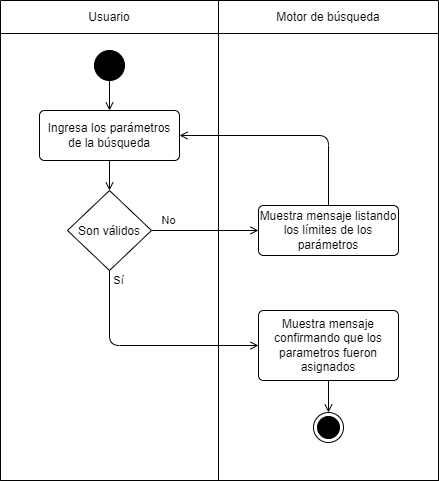
TT-NAS/NAS keeps this draw.io diagram as diagramas/actividades/Configurar parametros.drawio.png. Above is the earlier version. Source tidied: cells renumbered, new cells last; positions are measured from the earlier drawing's top-left corner, leaving out a move shared by most shapes.
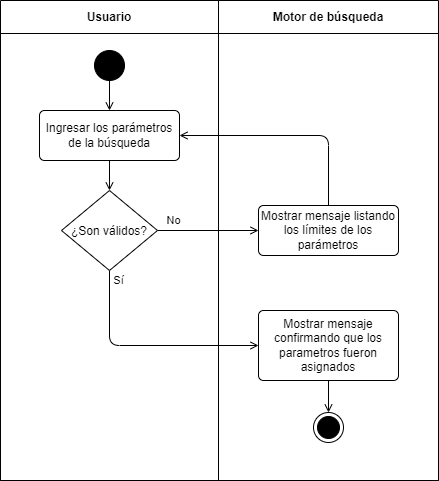
After the commit.

The edit, as a diff of the source:
```diff
@@ -1,62 +1,62 @@
-<mxGraphModel>
+<mxGraphModel background="#ffffff">
   <root>
     <mxCell id="0" />
     <mxCell id="1" parent="0" />
-    <mxCell id="2" style="shape=table;html=1;whiteSpace=wrap;startSize=0;fillColor=none;swimlaneFillColor=#ffffff;strokeColor=none;" parent="1" vertex="1">
+    <mxCell id="2" style="shape=table;html=1;whiteSpace=wrap;startSize=0;fillColor=none;swimlaneFillColor=#ffffff;strokeColor=none;fontColor=#000000;" parent="1" vertex="1">
       <mxGeometry width="438" height="480" as="geometry" />
     </mxCell>
-    <mxCell id="3" style="shape=partialRectangle;html=1;whiteSpace=wrap;fillColor=none;top=0;left=0;bottom=0;right=0;strokeColor=none;" parent="2" vertex="1">
+    <mxCell id="3" style="shape=partialRectangle;html=1;whiteSpace=wrap;fillColor=none;top=0;left=0;bottom=0;right=0;strokeColor=none;fontColor=#000000;" parent="2" vertex="1">
       <mxGeometry width="438" height="33" as="geometry" />
     </mxCell>
-    <mxCell id="4" value="Usuario" style="shape=partialRectangle;html=1;whiteSpace=wrap;fillColor=none;top=1;left=1;bottom=1;right=1;overflow=hidden;" parent="3" vertex="1">
+    <mxCell id="4" value="&lt;b&gt;Usuario&lt;/b&gt;" style="shape=partialRectangle;html=1;whiteSpace=wrap;fillColor=none;top=1;left=1;bottom=1;right=1;overflow=hidden;fontColor=#000000;" parent="3" vertex="1">
       <mxGeometry width="218" height="33" as="geometry" />
     </mxCell>
-    <mxCell id="5" value="Motor de búsqueda" style="shape=partialRectangle;html=1;whiteSpace=wrap;fillColor=none;top=1;left=1;bottom=1;right=1;overflow=hidden;" parent="3" vertex="1">
+    <mxCell id="5" value="&lt;b&gt;Motor de búsqueda&lt;/b&gt;" style="shape=partialRectangle;html=1;whiteSpace=wrap;fillColor=none;top=1;left=1;bottom=1;right=1;overflow=hidden;fontColor=#000000;" parent="3" vertex="1">
       <mxGeometry x="218" width="220" height="33" as="geometry" />
     </mxCell>
-    <mxCell id="6" style="shape=partialRectangle;html=1;whiteSpace=wrap;fillColor=none;top=1;left=1;bottom=1;right=1;" parent="2" vertex="1">
+    <mxCell id="6" style="shape=partialRectangle;html=1;whiteSpace=wrap;fillColor=none;top=1;left=1;bottom=1;right=1;fontColor=#000000;" parent="2" vertex="1">
       <mxGeometry y="33" width="438" height="447" as="geometry" />
     </mxCell>
-    <mxCell id="7" style="shape=partialRectangle;html=1;whiteSpace=wrap;fillColor=none;top=1;left=1;bottom=1;right=1;overflow=hidden;" parent="6" vertex="1">
+    <mxCell id="7" style="shape=partialRectangle;html=1;whiteSpace=wrap;fillColor=none;top=1;left=1;bottom=1;right=1;overflow=hidden;fontColor=#000000;" parent="6" vertex="1">
       <mxGeometry width="218" height="447" as="geometry" />
     </mxCell>
-    <mxCell id="8" style="shape=partialRectangle;html=1;whiteSpace=wrap;fillColor=none;top=1;left=1;bottom=1;right=1;overflow=hidden;" parent="6" vertex="1">
+    <mxCell id="8" style="shape=partialRectangle;html=1;whiteSpace=wrap;fillColor=none;top=1;left=1;bottom=1;right=1;overflow=hidden;fontColor=#000000;" parent="6" vertex="1">
       <mxGeometry x="218" width="220" height="447" as="geometry" />
     </mxCell>
-    <mxCell id="9" style="edgeStyle=none;shape=connector;rounded=1;html=1;exitX=0.5;exitY=1;exitDx=0;exitDy=0;entryX=0.5;entryY=0;entryDx=0;entryDy=0;strokeColor=default;align=center;verticalAlign=middle;fontFamily=Helvetica;fontSize=11;fontColor=default;labelBackgroundColor=default;endArrow=open;endFill=0;" parent="1" edge="1" source="10" target="15">
+    <mxCell id="9" style="edgeStyle=none;shape=connector;rounded=1;html=1;exitX=0.5;exitY=1;exitDx=0;exitDy=0;entryX=0.5;entryY=0;entryDx=0;entryDy=0;strokeColor=default;align=center;verticalAlign=middle;fontFamily=Helvetica;fontSize=11;fontColor=#000000;labelBackgroundColor=default;endArrow=open;endFill=0;" parent="1" edge="1" source="10" target="15">
       <mxGeometry relative="1" as="geometry" />
     </mxCell>
-    <mxCell id="10" value="Ingresa los parámetros de la búsqueda" style="html=1;align=center;verticalAlign=middle;rounded=1;absoluteArcSize=1;arcSize=10;dashed=0;whiteSpace=wrap;" parent="1" vertex="1">
+    <mxCell id="10" value="Ingresar los parámetros de la búsqueda" style="html=1;align=center;verticalAlign=middle;rounded=1;absoluteArcSize=1;arcSize=10;dashed=0;whiteSpace=wrap;fontColor=#000000;" parent="1" vertex="1">
       <mxGeometry x="39" y="110" width="140" height="50" as="geometry" />
     </mxCell>
-    <mxCell id="11" style="edgeStyle=none;html=1;exitX=0.5;exitY=1;exitDx=0;exitDy=0;entryX=0.5;entryY=0;entryDx=0;entryDy=0;endArrow=open;endFill=0;" parent="1" edge="1" source="12" target="10">
+    <mxCell id="11" style="edgeStyle=none;html=1;exitX=0.5;exitY=1;exitDx=0;exitDy=0;entryX=0.5;entryY=0;entryDx=0;entryDy=0;endArrow=open;endFill=0;fontColor=#000000;" parent="1" edge="1" source="12" target="10">
       <mxGeometry relative="1" as="geometry" />
     </mxCell>
-    <mxCell id="12" style="ellipse;fillColor=strokeColor;html=1;" parent="1" vertex="1">
+    <mxCell id="12" style="ellipse;fillColor=strokeColor;html=1;fontColor=#000000;" parent="1" vertex="1">
       <mxGeometry x="94" y="50" width="30" height="30" as="geometry" />
     </mxCell>
-    <mxCell id="13" value="No" style="edgeStyle=none;shape=connector;rounded=1;html=1;exitX=1;exitY=0.5;exitDx=0;exitDy=0;entryX=0;entryY=0.5;entryDx=0;entryDy=0;strokeColor=default;align=center;verticalAlign=middle;fontFamily=Helvetica;fontSize=11;fontColor=default;labelBackgroundColor=default;endArrow=open;endFill=0;" parent="1" edge="1" source="15" target="17">
+    <mxCell id="13" value="No" style="edgeStyle=none;shape=connector;rounded=1;html=1;exitX=1;exitY=0.5;exitDx=0;exitDy=0;entryX=0;entryY=0.5;entryDx=0;entryDy=0;strokeColor=default;align=center;verticalAlign=middle;fontFamily=Helvetica;fontSize=11;fontColor=#000000;labelBackgroundColor=default;endArrow=open;endFill=0;" parent="1" edge="1" source="15" target="17">
       <mxGeometry x="-0.68" y="10" relative="1" as="geometry" />
     </mxCell>
-    <mxCell id="14" value="Sí" style="edgeStyle=orthogonalEdgeStyle;shape=connector;rounded=1;html=1;exitX=0.5;exitY=1;exitDx=0;exitDy=0;entryX=0;entryY=0.5;entryDx=0;entryDy=0;strokeColor=default;align=center;verticalAlign=middle;fontFamily=Helvetica;fontSize=11;fontColor=default;labelBackgroundColor=default;endArrow=open;endFill=0;" parent="1" edge="1" source="15" target="19">
+    <mxCell id="14" value="Sí" style="edgeStyle=orthogonalEdgeStyle;shape=connector;rounded=1;html=1;exitX=0.5;exitY=1;exitDx=0;exitDy=0;entryX=0;entryY=0.5;entryDx=0;entryDy=0;strokeColor=default;align=center;verticalAlign=middle;fontFamily=Helvetica;fontSize=11;fontColor=#000000;labelBackgroundColor=default;endArrow=open;endFill=0;" parent="1" edge="1" source="15" target="19">
       <mxGeometry x="-0.91" y="9" relative="1" as="geometry" />
     </mxCell>
-    <mxCell id="15" value="Son válidos" style="rhombus;" parent="1" vertex="1">
-      <mxGeometry x="67" y="190" width="84" height="80" as="geometry" />
+    <mxCell id="15" value="¿Son válidos?" style="rhombus;fontColor=#000000;" parent="1" vertex="1">
+      <mxGeometry x="61" y="190" width="96" height="80" as="geometry" />
     </mxCell>
-    <mxCell id="16" style="edgeStyle=orthogonalEdgeStyle;shape=connector;rounded=1;html=1;exitX=0.5;exitY=0;exitDx=0;exitDy=0;entryX=1;entryY=0.5;entryDx=0;entryDy=0;strokeColor=default;align=center;verticalAlign=middle;fontFamily=Helvetica;fontSize=11;fontColor=default;labelBackgroundColor=default;endArrow=open;endFill=0;" parent="1" edge="1" source="17" target="10">
+    <mxCell id="16" style="edgeStyle=orthogonalEdgeStyle;shape=connector;rounded=1;html=1;exitX=0.5;exitY=0;exitDx=0;exitDy=0;entryX=1;entryY=0.5;entryDx=0;entryDy=0;strokeColor=default;align=center;verticalAlign=middle;fontFamily=Helvetica;fontSize=11;fontColor=#000000;labelBackgroundColor=default;endArrow=open;endFill=0;" parent="1" edge="1" source="17" target="10">
       <mxGeometry relative="1" as="geometry" />
     </mxCell>
-    <mxCell id="17" value="Muestra mensaje listando los límites de los parámetros" style="html=1;align=center;verticalAlign=middle;rounded=1;absoluteArcSize=1;arcSize=10;dashed=0;whiteSpace=wrap;" parent="1" vertex="1">
+    <mxCell id="17" value="Mostrar mensaje listando los límites de los parámetros" style="html=1;align=center;verticalAlign=middle;rounded=1;absoluteArcSize=1;arcSize=10;dashed=0;whiteSpace=wrap;fontColor=#000000;" parent="1" vertex="1">
       <mxGeometry x="258" y="205" width="140" height="50" as="geometry" />
     </mxCell>
-    <mxCell id="18" style="edgeStyle=none;shape=connector;rounded=1;html=1;exitX=0.5;exitY=1;exitDx=0;exitDy=0;entryX=0.5;entryY=0;entryDx=0;entryDy=0;strokeColor=default;align=center;verticalAlign=middle;fontFamily=Helvetica;fontSize=11;fontColor=default;labelBackgroundColor=default;endArrow=open;endFill=0;" parent="1" edge="1" source="19" target="20">
+    <mxCell id="18" style="edgeStyle=none;shape=connector;rounded=1;html=1;exitX=0.5;exitY=1;exitDx=0;exitDy=0;entryX=0.5;entryY=0;entryDx=0;entryDy=0;strokeColor=default;align=center;verticalAlign=middle;fontFamily=Helvetica;fontSize=11;fontColor=#000000;labelBackgroundColor=default;endArrow=open;endFill=0;" parent="1" edge="1" source="19" target="20">
       <mxGeometry relative="1" as="geometry" />
     </mxCell>
-    <mxCell id="19" value="Muestra mensaje confirmando que los parametros fueron asignados" style="html=1;align=center;verticalAlign=middle;rounded=1;absoluteArcSize=1;arcSize=10;dashed=0;whiteSpace=wrap;" parent="1" vertex="1">
+    <mxCell id="19" value="Mostrar mensaje confirmando que los parametros fueron asignados" style="html=1;align=center;verticalAlign=middle;rounded=1;absoluteArcSize=1;arcSize=10;dashed=0;whiteSpace=wrap;fontColor=#000000;" parent="1" vertex="1">
       <mxGeometry x="258" y="310" width="140" height="70" as="geometry" />
     </mxCell>
-    <mxCell id="20" style="ellipse;html=1;shape=endState;fillColor=strokeColor;fontFamily=Helvetica;fontSize=11;fontColor=default;labelBackgroundColor=default;" parent="1" vertex="1">
+    <mxCell id="20" style="ellipse;html=1;shape=endState;fillColor=strokeColor;fontFamily=Helvetica;fontSize=11;fontColor=#000000;labelBackgroundColor=default;" parent="1" vertex="1">
       <mxGeometry x="313" y="412" width="30" height="30" as="geometry" />
     </mxCell>
   </root>
```
